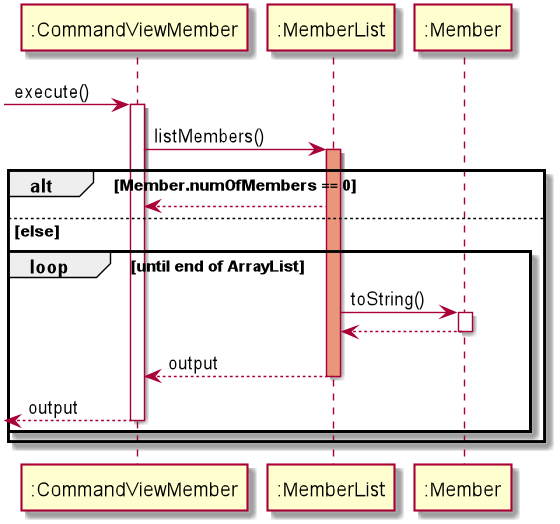
This is docs/hrDiagramPic/CommandViewMember.png from nus-cs2113-AY2021S1/tp, a PlantUML export, as it was before one commit.
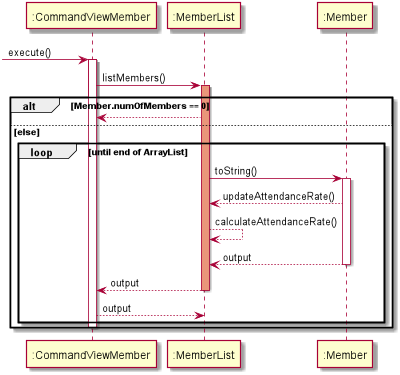
Later version of the same file.

What changed in the source:
```diff
@@ -11,7 +11,9 @@
     loop until end of ArrayList
         ":MemberList" -> ":Member" : toString()
         activate ":Member"
-        ":Member" --> ":MemberList"
+        ":Member" --> ":MemberList" : updateAttendanceRate()
+        ":MemberList" --> ":MemberList" : calculateAttendanceRate()
+        return output
         deactivate ":Member"
         ":MemberList" --> ":CommandViewMember" : output
         deactivate ":MemberList"
```
